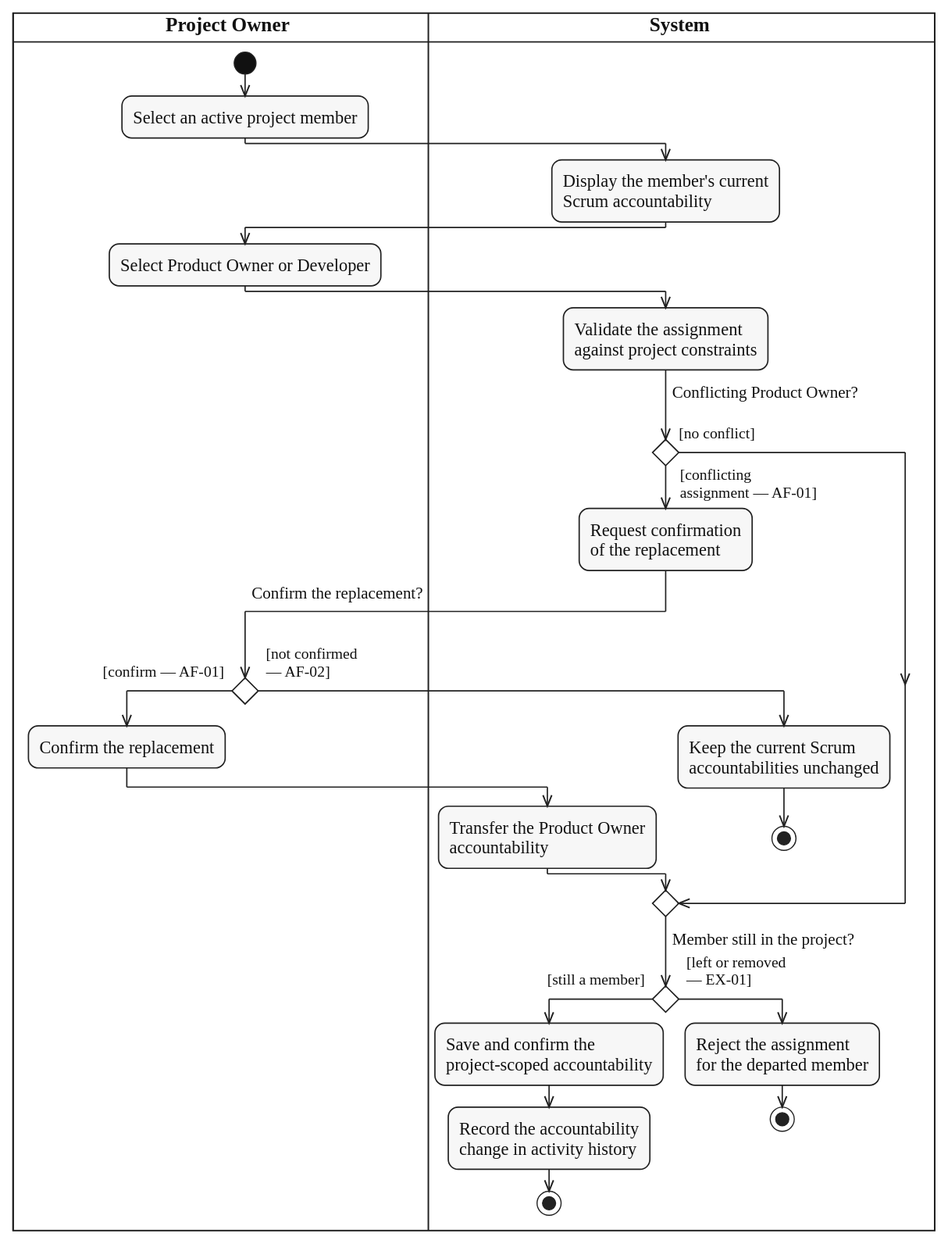
Before: diagrams/activity/project-membership/svg/UC-SCRUM-ACCOUNTABILITY-ASSIGN.svg, a diagram exported from PlantUML (lukenab/swd392-doc-automation). Its source is kept beside it as diagrams/activity/project-membership/source/UC-SCRUM-ACCOUNTABILITY-ASSIGN.puml.
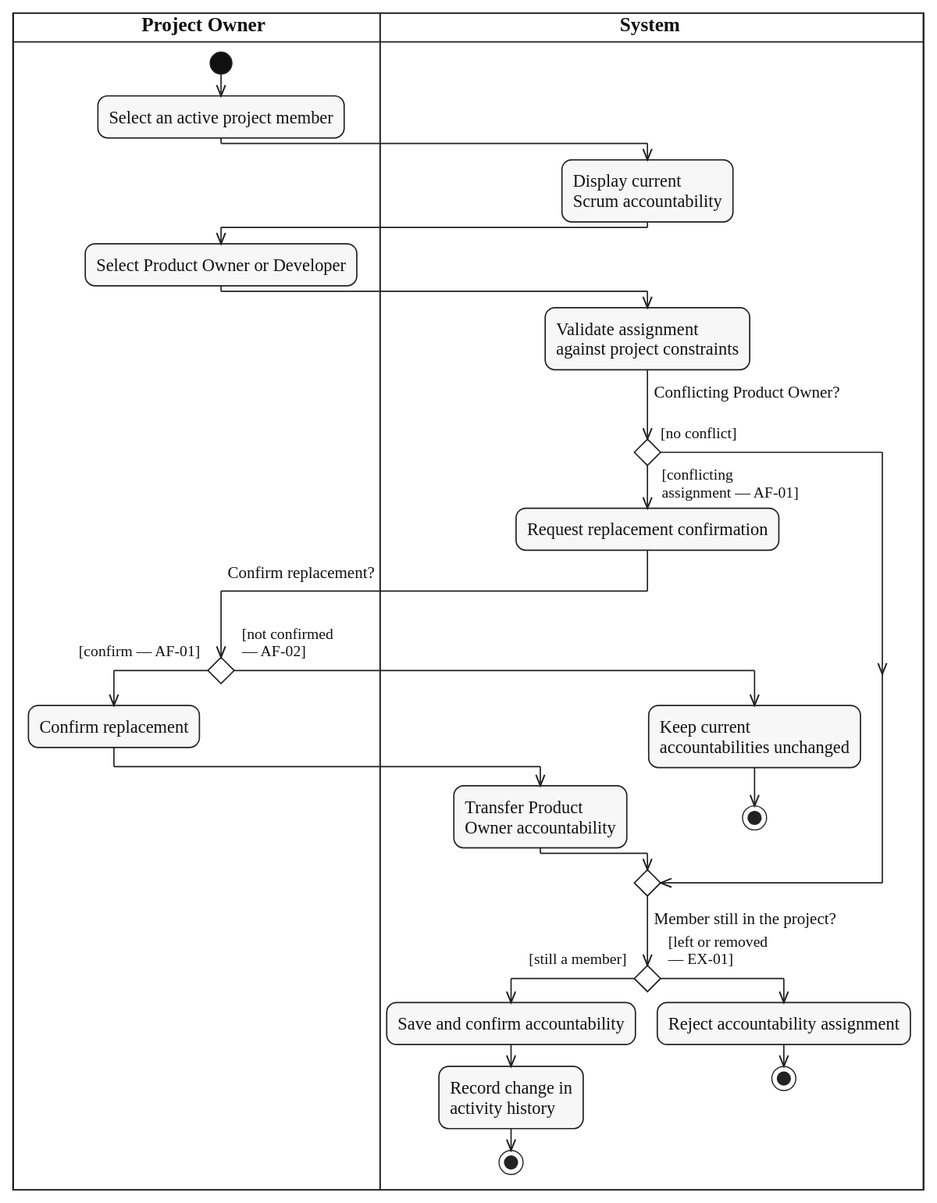
The same file after the commit.

The edit, as a diff of the source:
```diff
@@ -7,39 +7,36 @@
 start
 :Select an active project member;
 |SYS|
-:Display the member's current
+:Display current
 Scrum accountability;
 |OWN|
 :Select Product Owner or Developer;
 |SYS|
-:Validate the assignment
+:Validate assignment
 against project constraints;
 if ($question("Conflicting Product Owner?")) then ($guard_left("[no conflict]"))
 else ($guard_right("[conflicting", "assignment — AF-01]"))
-  :Request confirmation
-  of the replacement;
+  :Request replacement confirmation;
   |OWN|
-  if ($question_x("Confirm the replacement?")) then ($guard_left("[confirm — AF-01]"))
-    :Confirm the replacement;
+  if ($question_x("Confirm replacement?")) then ($guard_left("[confirm — AF-01]"))
+    :Confirm replacement;
     |SYS|
-    :Transfer the Product Owner
-    accountability;
+    :Transfer Product
+    Owner accountability;
   else ($guard_right("[not confirmed", "— AF-02]"))
     |SYS|
-    :Keep the current Scrum
+    :Keep current
     accountabilities unchanged;
     stop
   endif
 endif
 if ($question("Member still in the project?")) then ($guard_left("[still a member]"))
-  :Save and confirm the
-  project-scoped accountability;
-  :Record the accountability
-  change in activity history;
+  :Save and confirm accountability;
+  :Record change in
+  activity history;
   stop
 else ($guard_right("[left or removed", "— EX-01]"))
-  :Reject the assignment
-  for the departed member;
+  :Reject accountability assignment;
   stop
 endif
 @enduml
```
